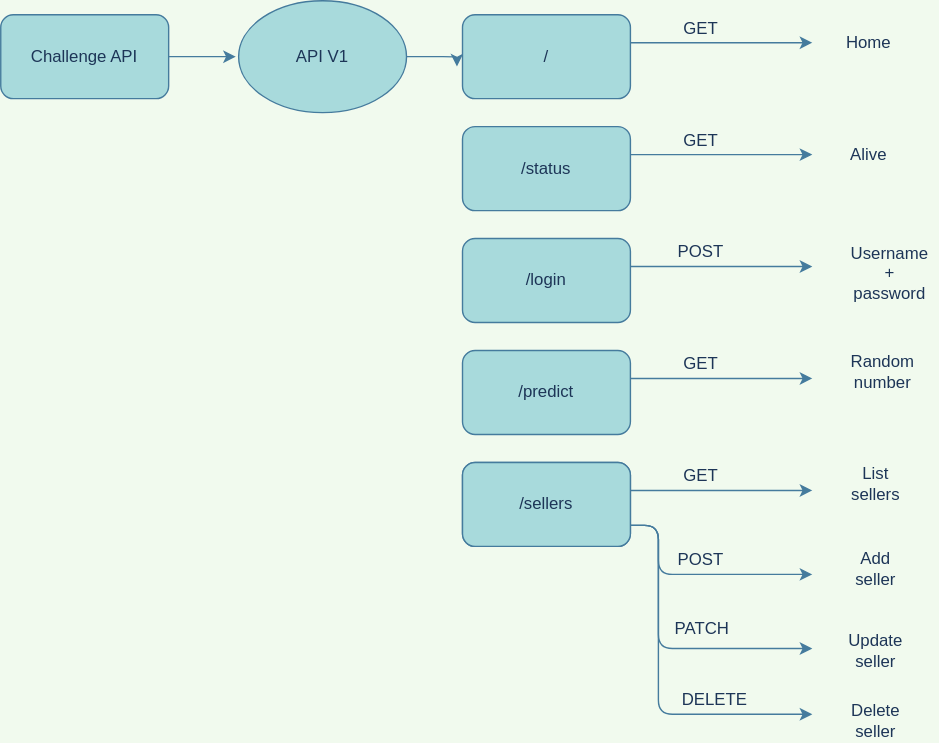
Before: Api_UML.svg, a diagram exported from draw.io (Demesmaeker/API_learning_Flask). Source tidied: cells renumbered, new cells last; positions are measured from the earlier drawing's top-left corner, leaving out a move shared by most shapes.
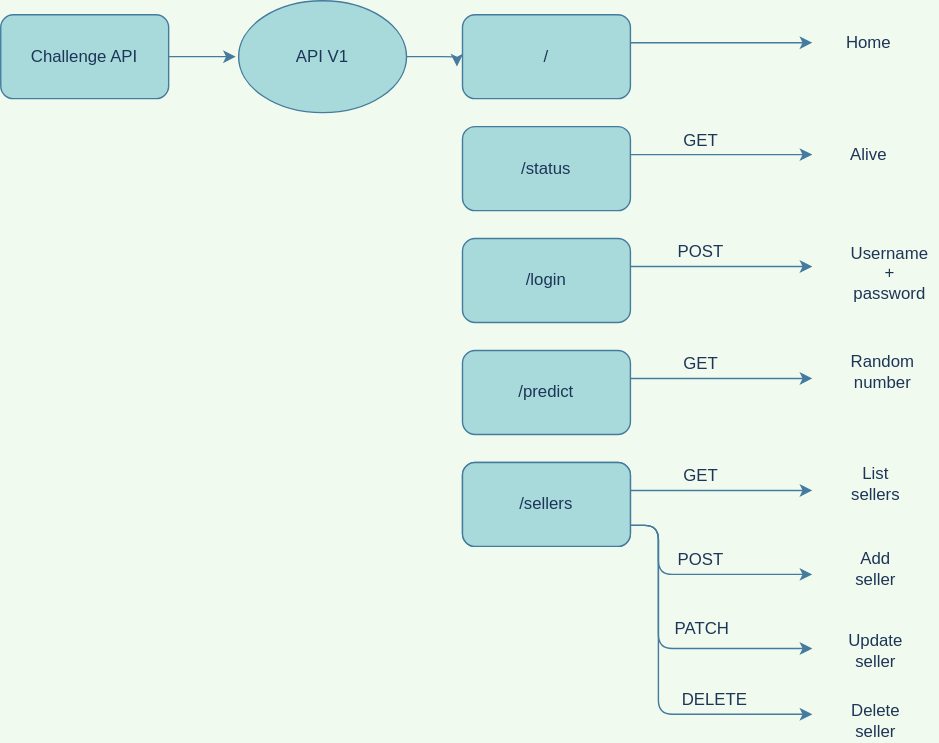
The same diagram one commit later.

What changed in the source:
```diff
@@ -131,9 +131,6 @@
     <mxCell id="32" value="/" style="whiteSpace=wrap;html=1;fillColor=#A8DADC;strokeColor=#457B9D;fontColor=#1D3557;rounded=1;" parent="1" vertex="1">
       <mxGeometry x="330" y="10" width="120" height="60" as="geometry" />
     </mxCell>
-    <mxCell id="33" value="GET" style="text;html=1;align=center;verticalAlign=middle;fontColor=#1D3557;rounded=1;" parent="1" vertex="1">
-      <mxGeometry x="480" y="10" width="40" height="20" as="geometry" />
-    </mxCell>
     <mxCell id="34" value="Home" style="text;html=1;align=center;verticalAlign=middle;fontColor=#1D3557;rounded=1;" parent="1" vertex="1">
       <mxGeometry x="595" y="20" width="50" height="20" as="geometry" />
     </mxCell>
```
